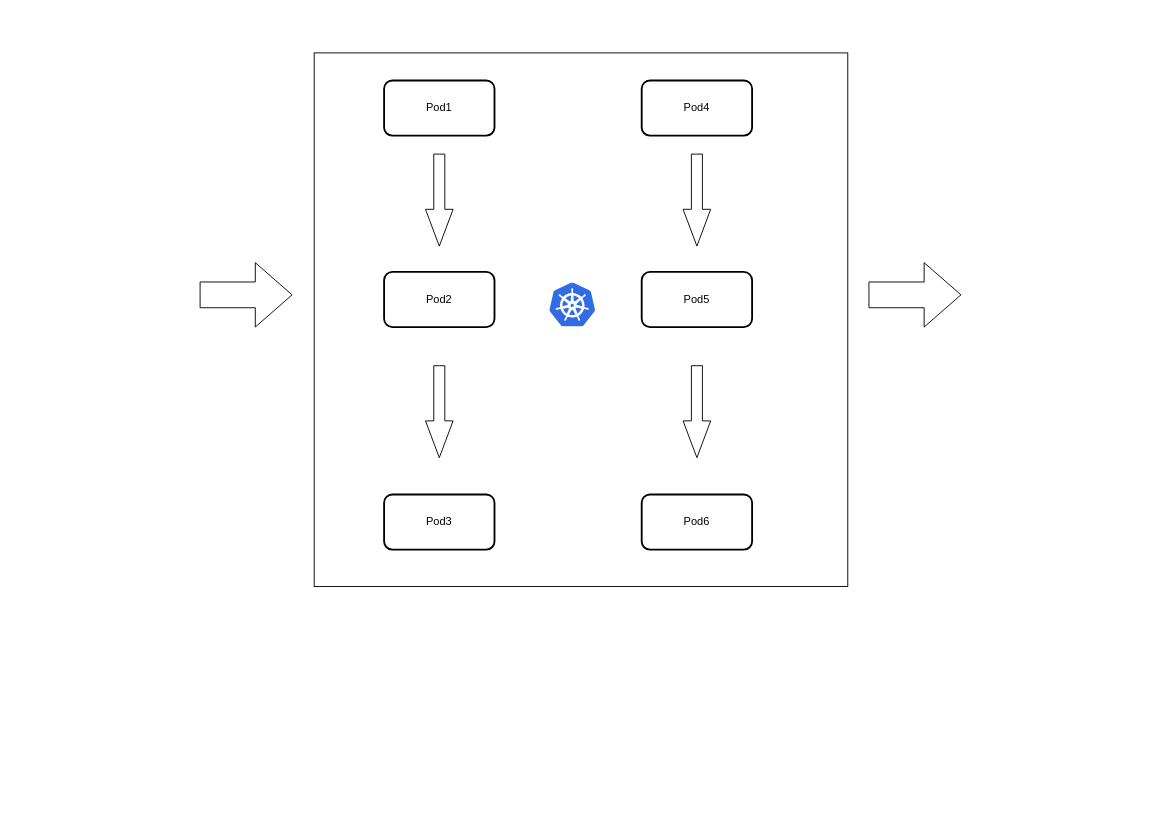
Above: diagrams/istio.drawio in kbsonlong/notes_statics (draw.io), before the change. Source tidied: cells renumbered, new cells numbered last; positions are measured from the earlier drawing's top-left corner, leaving out a move shared by most shapes. Both pictures are drawn from the tidied source at 92%, with x=0, y=0 at pixel (200, 52).
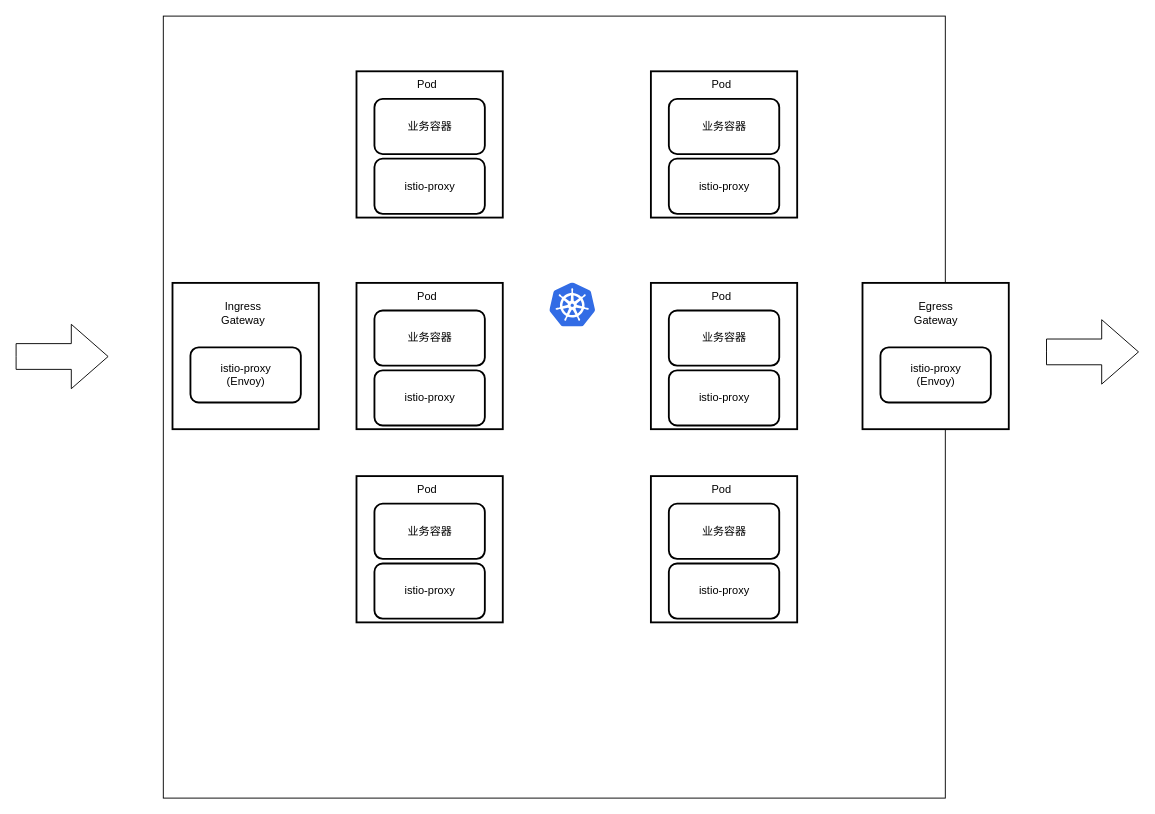
The same page after the edit.

The edit, as a diff of the source:
```diff
@@
-    <mxCell id="2" style="whiteSpace=wrap;html=1;" parent="1" vertex="1">
-      <mxGeometry x="124" width="580" height="580" as="geometry" />
-    </mxCell>
+    <mxCell id="16" style="whiteSpace=wrap;html=1;" parent="1" vertex="1">
+      <mxGeometry x="-40" y="-40" width="850" height="850" as="geometry" />
+    </mxCell>
@@
     <mxCell id="4" style="html=1;shadow=0;dashed=0;align=center;verticalAlign=middle;shape=mxgraph.arrows2.arrow;dy=0.6;dx=40;notch=0;" parent="1" vertex="1">
-      <mxGeometry y="228" width="100" height="70" as="geometry" />
+      <mxGeometry x="-200" y="295" width="100" height="70" as="geometry" />
     </mxCell>
     <mxCell id="5" style="html=1;shadow=0;dashed=0;align=center;verticalAlign=middle;shape=mxgraph.arrows2.arrow;dy=0.6;dx=40;notch=0;" parent="1" vertex="1">
-      <mxGeometry x="727" y="228" width="100" height="70" as="geometry" />
+      <mxGeometry x="920" y="290" width="100" height="70" as="geometry" />
     </mxCell>
-    <mxCell id="6" value="Pod1" style="rounded=1;whiteSpace=wrap;html=1;strokeWidth=2;" parent="1" vertex="1">
-      <mxGeometry x="200" y="30" width="120" height="60" as="geometry" />
-    </mxCell>
-    <mxCell id="7" style="html=1;shadow=0;dashed=0;align=center;verticalAlign=middle;shape=mxgraph.arrows2.arrow;dy=0.6;dx=40;direction=south;notch=0;" parent="1" vertex="1">
-      <mxGeometry x="245" y="110" width="30" height="100" as="geometry" />
-    </mxCell>
-    <mxCell id="8" value="Pod2" style="rounded=1;whiteSpace=wrap;html=1;strokeWidth=2;" parent="1" vertex="1">
-      <mxGeometry x="200" y="238" width="120" height="60" as="geometry" />
-    </mxCell>
-    <mxCell id="9" style="html=1;shadow=0;dashed=0;align=center;verticalAlign=middle;shape=mxgraph.arrows2.arrow;dy=0.6;dx=40;direction=south;notch=0;" parent="1" vertex="1">
-      <mxGeometry x="245" y="340" width="30" height="100" as="geometry" />
-    </mxCell>
-    <mxCell id="10" value="Pod4" style="rounded=1;whiteSpace=wrap;html=1;strokeWidth=2;" parent="1" vertex="1">
-      <mxGeometry x="480" y="30" width="120" height="60" as="geometry" />
-    </mxCell>
-    <mxCell id="11" style="html=1;shadow=0;dashed=0;align=center;verticalAlign=middle;shape=mxgraph.arrows2.arrow;dy=0.6;dx=40;direction=south;notch=0;" parent="1" vertex="1">
-      <mxGeometry x="525" y="110" width="30" height="100" as="geometry" />
-    </mxCell>
-    <mxCell id="12" value="Pod5" style="rounded=1;whiteSpace=wrap;html=1;strokeWidth=2;" parent="1" vertex="1">
-      <mxGeometry x="480" y="238" width="120" height="60" as="geometry" />
-    </mxCell>
-    <mxCell id="13" style="html=1;shadow=0;dashed=0;align=center;verticalAlign=middle;shape=mxgraph.arrows2.arrow;dy=0.6;dx=40;direction=south;notch=0;" parent="1" vertex="1">
-      <mxGeometry x="525" y="340" width="30" height="100" as="geometry" />
-    </mxCell>
-    <mxCell id="14" value="Pod3" style="rounded=1;whiteSpace=wrap;html=1;strokeWidth=2;" parent="1" vertex="1">
-      <mxGeometry x="200" y="480" width="120" height="60" as="geometry" />
-    </mxCell>
-    <mxCell id="15" value="Pod6" style="rounded=1;whiteSpace=wrap;html=1;strokeWidth=2;" parent="1" vertex="1">
-      <mxGeometry x="480" y="480" width="120" height="60" as="geometry" />
-    </mxCell>
+    <mxCell id="17" style="group;" parent="1" vertex="1">
+      <mxGeometry x="170" y="20" width="159" height="159" as="geometry" />
+    </mxCell>
+    <mxCell id="18" style="whiteSpace=wrap;html=1;strokeWidth=2;" parent="17" vertex="1">
+      <mxGeometry width="159" height="159" as="geometry" />
+    </mxCell>
+    <mxCell id="19" value="业务容器" style="rounded=1;whiteSpace=wrap;html=1;strokeWidth=2;" parent="17" vertex="1">
+      <mxGeometry x="19.5" y="30" width="120" height="60" as="geometry" />
+    </mxCell>
+    <mxCell id="20" value="istio-proxy" style="rounded=1;whiteSpace=wrap;html=1;strokeWidth=2;" parent="17" vertex="1">
+      <mxGeometry x="19.5" y="95" width="120" height="60" as="geometry" />
+    </mxCell>
+    <mxCell id="21" value="Pod" style="text;html=1;strokeColor=none;fillColor=none;align=center;verticalAlign=middle;whiteSpace=wrap;rounded=0;" parent="17" vertex="1">
+      <mxGeometry x="47" width="60" height="30" as="geometry" />
+    </mxCell>
+    <mxCell id="22" style="group;" parent="1" vertex="1">
+      <mxGeometry x="490" y="20" width="159" height="159" as="geometry" />
+    </mxCell>
+    <mxCell id="23" style="whiteSpace=wrap;html=1;strokeWidth=2;" parent="22" vertex="1">
+      <mxGeometry width="159" height="159" as="geometry" />
+    </mxCell>
+    <mxCell id="24" value="业务容器" style="rounded=1;whiteSpace=wrap;html=1;strokeWidth=2;" parent="22" vertex="1">
+      <mxGeometry x="19.5" y="30" width="120" height="60" as="geometry" />
+    </mxCell>
+    <mxCell id="25" value="istio-proxy" style="rounded=1;whiteSpace=wrap;html=1;strokeWidth=2;" parent="22" vertex="1">
+      <mxGeometry x="19.5" y="95" width="120" height="60" as="geometry" />
+    </mxCell>
+    <mxCell id="26" value="Pod" style="text;html=1;strokeColor=none;fillColor=none;align=center;verticalAlign=middle;whiteSpace=wrap;rounded=0;" parent="22" vertex="1">
+      <mxGeometry x="47" width="60" height="30" as="geometry" />
+    </mxCell>
+    <mxCell id="27" style="group;" parent="1" vertex="1">
+      <mxGeometry x="170" y="250" width="159" height="159" as="geometry" />
+    </mxCell>
+    <mxCell id="28" style="whiteSpace=wrap;html=1;strokeWidth=2;" parent="27" vertex="1">
+      <mxGeometry width="159" height="159" as="geometry" />
+    </mxCell>
+    <mxCell id="29" value="业务容器" style="rounded=1;whiteSpace=wrap;html=1;strokeWidth=2;" parent="27" vertex="1">
+      <mxGeometry x="19.5" y="30" width="120" height="60" as="geometry" />
+    </mxCell>
+    <mxCell id="30" value="istio-proxy" style="rounded=1;whiteSpace=wrap;html=1;strokeWidth=2;" parent="27" vertex="1">
+      <mxGeometry x="19.5" y="95" width="120" height="60" as="geometry" />
+    </mxCell>
+    <mxCell id="31" value="Pod" style="text;html=1;strokeColor=none;fillColor=none;align=center;verticalAlign=middle;whiteSpace=wrap;rounded=0;" parent="27" vertex="1">
+      <mxGeometry x="47" width="60" height="30" as="geometry" />
+    </mxCell>
+    <mxCell id="32" style="group;" parent="1" vertex="1">
+      <mxGeometry x="490" y="250" width="159" height="159" as="geometry" />
+    </mxCell>
+    <mxCell id="33" style="whiteSpace=wrap;html=1;strokeWidth=2;" parent="32" vertex="1">
+      <mxGeometry width="159" height="159" as="geometry" />
+    </mxCell>
+    <mxCell id="34" value="业务容器" style="rounded=1;whiteSpace=wrap;html=1;strokeWidth=2;" parent="32" vertex="1">
+      <mxGeometry x="19.5" y="30" width="120" height="60" as="geometry" />
+    </mxCell>
+    <mxCell id="35" value="istio-proxy" style="rounded=1;whiteSpace=wrap;html=1;strokeWidth=2;" parent="32" vertex="1">
+      <mxGeometry x="19.5" y="95" width="120" height="60" as="geometry" />
+    </mxCell>
+    <mxCell id="36" value="Pod" style="text;html=1;strokeColor=none;fillColor=none;align=center;verticalAlign=middle;whiteSpace=wrap;rounded=0;" parent="32" vertex="1">
+      <mxGeometry x="47" width="60" height="30" as="geometry" />
+    </mxCell>
+    <mxCell id="37" style="group;" parent="1" vertex="1">
+      <mxGeometry x="170" y="460" width="159" height="159" as="geometry" />
+    </mxCell>
+    <mxCell id="38" style="whiteSpace=wrap;html=1;strokeWidth=2;" parent="37" vertex="1">
+      <mxGeometry width="159" height="159" as="geometry" />
+    </mxCell>
+    <mxCell id="39" value="业务容器" style="rounded=1;whiteSpace=wrap;html=1;strokeWidth=2;" parent="37" vertex="1">
+      <mxGeometry x="19.5" y="30" width="120" height="60" as="geometry" />
+    </mxCell>
+    <mxCell id="40" value="istio-proxy" style="rounded=1;whiteSpace=wrap;html=1;strokeWidth=2;" parent="37" vertex="1">
+      <mxGeometry x="19.5" y="95" width="120" height="60" as="geometry" />
+    </mxCell>
+    <mxCell id="41" value="Pod" style="text;html=1;strokeColor=none;fillColor=none;align=center;verticalAlign=middle;whiteSpace=wrap;rounded=0;" parent="37" vertex="1">
+      <mxGeometry x="47" width="60" height="30" as="geometry" />
+    </mxCell>
+    <mxCell id="42" style="group;" parent="1" vertex="1">
+      <mxGeometry x="490" y="460" width="159" height="159" as="geometry" />
+    </mxCell>
+    <mxCell id="43" style="whiteSpace=wrap;html=1;strokeWidth=2;" parent="42" vertex="1">
+      <mxGeometry width="159" height="159" as="geometry" />
+    </mxCell>
+    <mxCell id="44" value="业务容器" style="rounded=1;whiteSpace=wrap;html=1;strokeWidth=2;" parent="42" vertex="1">
+      <mxGeometry x="19.5" y="30" width="120" height="60" as="geometry" />
+    </mxCell>
+    <mxCell id="45" value="istio-proxy" style="rounded=1;whiteSpace=wrap;html=1;strokeWidth=2;" parent="42" vertex="1">
+      <mxGeometry x="19.5" y="95" width="120" height="60" as="geometry" />
+    </mxCell>
+    <mxCell id="46" value="Pod" style="text;html=1;strokeColor=none;fillColor=none;align=center;verticalAlign=middle;whiteSpace=wrap;rounded=0;" parent="42" vertex="1">
+      <mxGeometry x="47" width="60" height="30" as="geometry" />
+    </mxCell>
+    <mxCell id="47" style="whiteSpace=wrap;html=1;strokeWidth=2;" parent="1" vertex="1">
+      <mxGeometry x="720" y="250" width="159" height="159" as="geometry" />
+    </mxCell>
+    <mxCell id="48" value="istio-proxy&lt;br&gt;(Envoy)" style="rounded=1;whiteSpace=wrap;html=1;strokeWidth=2;" parent="1" vertex="1">
+      <mxGeometry x="739.5" y="320" width="120" height="60" as="geometry" />
+    </mxCell>
+    <mxCell id="49" value="Egress Gateway" style="text;html=1;strokeColor=none;fillColor=none;align=center;verticalAlign=middle;whiteSpace=wrap;rounded=0;" parent="1" vertex="1">
+      <mxGeometry x="769.5" y="268" width="60" height="30" as="geometry" />
+    </mxCell>
+    <mxCell id="50" style="whiteSpace=wrap;html=1;strokeWidth=2;" parent="1" vertex="1">
+      <mxGeometry x="-30" y="250" width="159" height="159" as="geometry" />
+    </mxCell>
+    <mxCell id="51" value="istio-proxy&lt;br&gt;(Envoy)" style="rounded=1;whiteSpace=wrap;html=1;strokeWidth=2;" parent="1" vertex="1">
+      <mxGeometry x="-10.5" y="320" width="120" height="60" as="geometry" />
+    </mxCell>
+    <mxCell id="52" value="Ingress Gateway" style="text;html=1;strokeColor=none;fillColor=none;align=center;verticalAlign=middle;whiteSpace=wrap;rounded=0;" parent="1" vertex="1">
+      <mxGeometry x="17" y="268" width="60" height="30" as="geometry" />
+    </mxCell>
```
